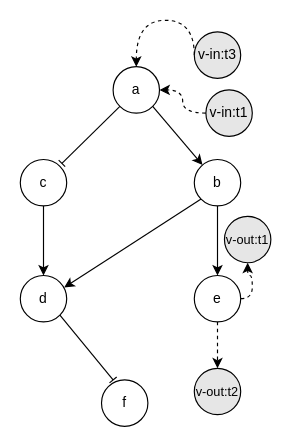
The draw.io diagram docs/augmentedGraph.drawio in josura/c2c-sepia, before the edit. Source tidied: cells renumbered, new cells numbered last; positions are measured from the earlier drawing's top-left corner, leaving out a move shared by most shapes. Both pictures are drawn from the tidied source at 116%, with x=0, y=0 at pixel (20, 20).
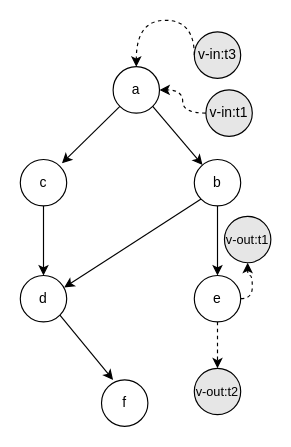
After the change.

The change refers to these unchanged cells:
```xml
<mxCell id="6" value="a" style="ellipse;whiteSpace=wrap;html=1;" parent="1" vertex="1">
  <mxGeometry x="80" y="40" width="40" height="40" as="geometry" />
</mxCell>
<mxCell id="11" value="c" style="ellipse;whiteSpace=wrap;html=1;" parent="1" vertex="1">
  <mxGeometry y="120" width="40" height="40" as="geometry" />
</mxCell>
<mxCell id="14" value="d" style="ellipse;whiteSpace=wrap;html=1;" parent="1" vertex="1">
  <mxGeometry y="220" width="40" height="40" as="geometry" />
</mxCell>
<mxCell id="15" value="f" style="ellipse;whiteSpace=wrap;html=1;" parent="1" vertex="1">
  <mxGeometry x="70" y="310" width="40" height="40" as="geometry" />
</mxCell>
```

Diff of the diagram source:
```diff
@@
-    <mxCell id="4" style="edgeStyle=none;rounded=0;jettySize=auto;html=1;exitX=0;exitY=1;exitDx=0;exitDy=0;entryX=0.897;entryY=0.083;entryDx=0;entryDy=0;endArrow=baseDash;endFill=0;entryPerimeter=0;" parent="1" edge="1" source="6" target="11">
+    <mxCell id="4" style="edgeStyle=none;rounded=0;jettySize=auto;html=1;exitX=0;exitY=1;exitDx=0;exitDy=0;entryX=0.897;entryY=0.083;entryDx=0;entryDy=0;endArrow=classic;endFill=1;entryPerimeter=0;" parent="1" edge="1" source="6" target="11">
       <mxGeometry relative="1" as="geometry" />
     </mxCell>
@@
-    <mxCell id="13" style="edgeStyle=none;rounded=0;jettySize=auto;html=1;exitX=1;exitY=1;exitDx=0;exitDy=0;entryX=0.25;entryY=0;entryDx=0;entryDy=0;entryPerimeter=0;endArrow=baseDash;endFill=0;" parent="1" edge="1" source="14" target="15">
+    <mxCell id="13" style="edgeStyle=none;rounded=0;jettySize=auto;html=1;exitX=1;exitY=1;exitDx=0;exitDy=0;entryX=0.25;entryY=0;entryDx=0;entryDy=0;entryPerimeter=0;endArrow=classic;endFill=1;" parent="1" edge="1" source="14" target="15">
       <mxGeometry relative="1" as="geometry" />
     </mxCell>
```
